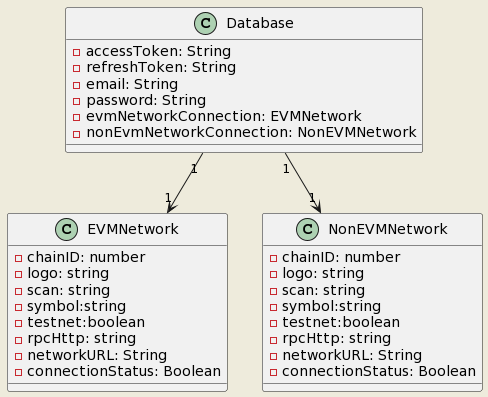
Earlier version of the PlantUML export Lab1.2/Database.png (LeNgocMinh2704/SE357-Pratice-class). Its diagram source:
```plantuml
@startuml
skinparam backgroundColor #EEEBDC

class Database {
  - accessToken: String
- refreshToken: String
  - email: String
  - password: String
  - evmNetworkConnection: EVMNetwork
  - nonEvmNetworkConnection: NonEVMNetwork
}

class EVMNetwork {
- chainID: number
- logo: string
- scan: string
-symbol:string
-testnet:boolean
-rpcHttp: string
  - networkURL: String
  - connectionStatus: Boolean
}

class NonEVMNetwork {
- chainID: number
- logo: string
- scan: string
-symbol:string
-testnet:boolean
-rpcHttp: string
  - networkURL: String
  - connectionStatus: Boolean
}

Database "1" --> "1" EVMNetwork
Database "1" --> "1" NonEVMNetwork
@enduml
```
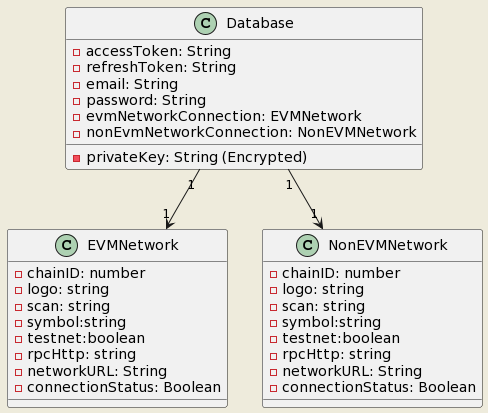
The same diagram one commit later.

Diff of the diagram source:
```diff
@@ -6,6 +6,7 @@
 - refreshToken: String
   - email: String
   - password: String
+  - privateKey: String (Encrypted)
   - evmNetworkConnection: EVMNetwork
   - nonEvmNetworkConnection: NonEVMNetwork
 }
```
